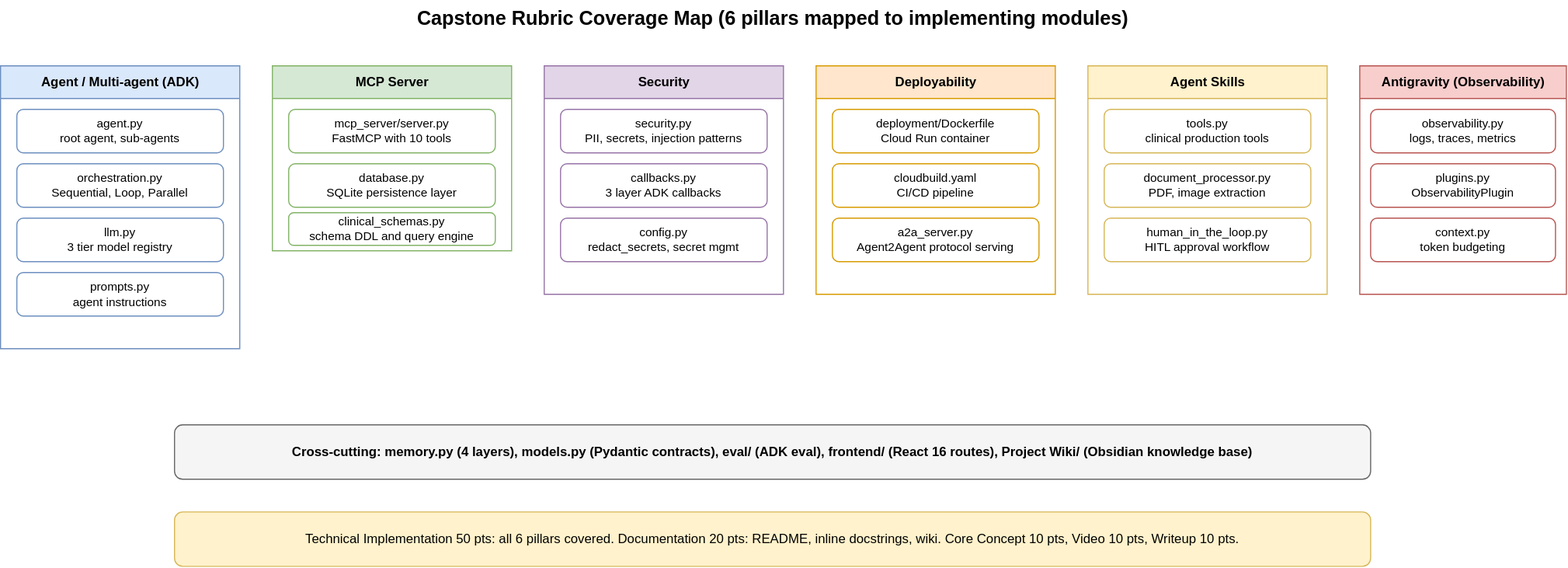
The draw.io diagram frontend/public/diagrams/svg/27-capstone-rubric-coverage.svg in GeorgiNaydenov/Google-Capstone-Project, before a commit. Source tidied: cells renumbered, new cells last; positions are measured from the earlier drawing's top-left corner, leaving out a move shared by most shapes. The source it was exported from:
```xml
<mxGraphModel>
  <root>
    <mxCell id="0" />
    <mxCell id="1" parent="0" />
    <mxCell id="2" value="Capstone Rubric Coverage Map (6 pillars mapped to implementing modules)" style="text;html=1;fontSize=18;fontStyle=1;align=center;" parent="1" vertex="1">
      <mxGeometry x="280" width="860" height="30" as="geometry" />
    </mxCell>
    <mxCell id="3" value="Agent / Multi-agent (ADK)" style="swimlane;startSize=30;fillColor=#dae8fc;strokeColor=#6c8ebf;html=1;fontStyle=1;" parent="1" vertex="1">
      <mxGeometry y="60" width="220" height="260" as="geometry" />
    </mxCell>
    <mxCell id="4" value="agent.py&#10;root agent, sub-agents" style="rounded=1;whiteSpace=wrap;html=1;fillColor=#ffffff;strokeColor=#6c8ebf;fontSize=11;" parent="3" vertex="1">
      <mxGeometry x="15" y="40" width="190" height="40" as="geometry" />
    </mxCell>
    <mxCell id="5" value="orchestration.py&#10;Sequential, Loop, Parallel" style="rounded=1;whiteSpace=wrap;html=1;fillColor=#ffffff;strokeColor=#6c8ebf;fontSize=11;" parent="3" vertex="1">
      <mxGeometry x="15" y="90" width="190" height="40" as="geometry" />
    </mxCell>
    <mxCell id="6" value="llm.py&#10;3 tier model registry" style="rounded=1;whiteSpace=wrap;html=1;fillColor=#ffffff;strokeColor=#6c8ebf;fontSize=11;" parent="3" vertex="1">
      <mxGeometry x="15" y="140" width="190" height="40" as="geometry" />
    </mxCell>
    <mxCell id="7" value="prompts.py&#10;agent instructions" style="rounded=1;whiteSpace=wrap;html=1;fillColor=#ffffff;strokeColor=#6c8ebf;fontSize=11;" parent="3" vertex="1">
      <mxGeometry x="15" y="190" width="190" height="40" as="geometry" />
    </mxCell>
    <mxCell id="8" value="MCP Server" style="swimlane;startSize=30;fillColor=#d5e8d4;strokeColor=#82b366;html=1;fontStyle=1;" parent="1" vertex="1">
      <mxGeometry x="250" y="60" width="220" height="170" as="geometry" />
    </mxCell>
    <mxCell id="9" value="mcp_server/server.py&#10;FastMCP with 10 tools" style="rounded=1;whiteSpace=wrap;html=1;fillColor=#ffffff;strokeColor=#82b366;fontSize=11;" parent="8" vertex="1">
      <mxGeometry x="15" y="40" width="190" height="40" as="geometry" />
    </mxCell>
    <mxCell id="10" value="database.py&#10;SQLite persistence layer" style="rounded=1;whiteSpace=wrap;html=1;fillColor=#ffffff;strokeColor=#82b366;fontSize=11;" parent="8" vertex="1">
      <mxGeometry x="15" y="90" width="190" height="40" as="geometry" />
    </mxCell>
    <mxCell id="11" value="clinical_schemas.py&#10;schema DDL and query engine" style="rounded=1;whiteSpace=wrap;html=1;fillColor=#ffffff;strokeColor=#82b366;fontSize=11;" parent="8" vertex="1">
      <mxGeometry x="15" y="135" width="190" height="30" as="geometry" />
    </mxCell>
    <mxCell id="12" value="Security" style="swimlane;startSize=30;fillColor=#e1d5e7;strokeColor=#9673a6;html=1;fontStyle=1;" parent="1" vertex="1">
      <mxGeometry x="500" y="60" width="220" height="210" as="geometry" />
    </mxCell>
    <mxCell id="13" value="security.py&#10;PII, secrets, injection patterns" style="rounded=1;whiteSpace=wrap;html=1;fillColor=#ffffff;strokeColor=#9673a6;fontSize=11;" parent="12" vertex="1">
      <mxGeometry x="15" y="40" width="190" height="40" as="geometry" />
    </mxCell>
    <mxCell id="14" value="callbacks.py&#10;3 layer ADK callbacks" style="rounded=1;whiteSpace=wrap;html=1;fillColor=#ffffff;strokeColor=#9673a6;fontSize=11;" parent="12" vertex="1">
      <mxGeometry x="15" y="90" width="190" height="40" as="geometry" />
    </mxCell>
    <mxCell id="15" value="config.py&#10;redact_secrets, secret mgmt" style="rounded=1;whiteSpace=wrap;html=1;fillColor=#ffffff;strokeColor=#9673a6;fontSize=11;" parent="12" vertex="1">
      <mxGeometry x="15" y="140" width="190" height="40" as="geometry" />
    </mxCell>
    <mxCell id="16" value="Deployability" style="swimlane;startSize=30;fillColor=#ffe6cc;strokeColor=#d79b00;html=1;fontStyle=1;" parent="1" vertex="1">
      <mxGeometry x="750" y="60" width="220" height="210" as="geometry" />
    </mxCell>
    <mxCell id="17" value="deployment/Dockerfile&#10;Cloud Run container" style="rounded=1;whiteSpace=wrap;html=1;fillColor=#ffffff;strokeColor=#d79b00;fontSize=11;" parent="16" vertex="1">
      <mxGeometry x="15" y="40" width="190" height="40" as="geometry" />
    </mxCell>
    <mxCell id="18" value="cloudbuild.yaml&#10;CI/CD pipeline" style="rounded=1;whiteSpace=wrap;html=1;fillColor=#ffffff;strokeColor=#d79b00;fontSize=11;" parent="16" vertex="1">
      <mxGeometry x="15" y="90" width="190" height="40" as="geometry" />
    </mxCell>
    <mxCell id="19" value="a2a_server.py&#10;Agent2Agent protocol serving" style="rounded=1;whiteSpace=wrap;html=1;fillColor=#ffffff;strokeColor=#d79b00;fontSize=11;" parent="16" vertex="1">
      <mxGeometry x="15" y="140" width="190" height="40" as="geometry" />
    </mxCell>
    <mxCell id="20" value="Agent Skills" style="swimlane;startSize=30;fillColor=#fff2cc;strokeColor=#d6b656;html=1;fontStyle=1;" parent="1" vertex="1">
      <mxGeometry x="1000" y="60" width="220" height="210" as="geometry" />
    </mxCell>
    <mxCell id="21" value="tools.py&#10;clinical production tools" style="rounded=1;whiteSpace=wrap;html=1;fillColor=#ffffff;strokeColor=#d6b656;fontSize=11;" parent="20" vertex="1">
      <mxGeometry x="15" y="40" width="190" height="40" as="geometry" />
    </mxCell>
    <mxCell id="22" value="document_processor.py&#10;PDF, image extraction" style="rounded=1;whiteSpace=wrap;html=1;fillColor=#ffffff;strokeColor=#d6b656;fontSize=11;" parent="20" vertex="1">
      <mxGeometry x="15" y="90" width="190" height="40" as="geometry" />
    </mxCell>
    <mxCell id="23" value="human_in_the_loop.py&#10;HITL approval workflow" style="rounded=1;whiteSpace=wrap;html=1;fillColor=#ffffff;strokeColor=#d6b656;fontSize=11;" parent="20" vertex="1">
      <mxGeometry x="15" y="140" width="190" height="40" as="geometry" />
    </mxCell>
    <mxCell id="24" value="Antigravity (Observability)" style="swimlane;startSize=30;fillColor=#f8cecc;strokeColor=#b85450;html=1;fontStyle=1;" parent="1" vertex="1">
      <mxGeometry x="1250" y="60" width="190" height="210" as="geometry" />
    </mxCell>
    <mxCell id="25" value="observability.py&#10;logs, traces, metrics" style="rounded=1;whiteSpace=wrap;html=1;fillColor=#ffffff;strokeColor=#b85450;fontSize=11;" parent="24" vertex="1">
      <mxGeometry x="10" y="40" width="170" height="40" as="geometry" />
    </mxCell>
    <mxCell id="26" value="plugins.py&#10;ObservabilityPlugin" style="rounded=1;whiteSpace=wrap;html=1;fillColor=#ffffff;strokeColor=#b85450;fontSize=11;" parent="24" vertex="1">
      <mxGeometry x="10" y="90" width="170" height="40" as="geometry" />
    </mxCell>
    <mxCell id="27" value="context.py&#10;token budgeting" style="rounded=1;whiteSpace=wrap;html=1;fillColor=#ffffff;strokeColor=#b85450;fontSize=11;" parent="24" vertex="1">
      <mxGeometry x="10" y="140" width="170" height="40" as="geometry" />
    </mxCell>
    <mxCell id="28" value="Cross-cutting: memory.py (4 layers), models.py (Pydantic contracts), eval/ (ADK eval), frontend/ (React 16 routes), Project Wiki/ (Obsidian knowledge base)" style="rounded=1;whiteSpace=wrap;html=1;fillColor=#f5f5f5;strokeColor=#666666;fontSize=12;fontStyle=1;" parent="1" vertex="1">
      <mxGeometry x="160" y="390" width="1100" height="50" as="geometry" />
    </mxCell>
    <mxCell id="29" value="Technical Implementation 50 pts: all 6 pillars covered. Documentation 20 pts: README, inline docstrings, wiki. Core Concept 10 pts, Video 10 pts, Writeup 10 pts." style="rounded=1;whiteSpace=wrap;html=1;fillColor=#fff2cc;strokeColor=#d6b656;fontSize=12;" parent="1" vertex="1">
      <mxGeometry x="160" y="470" width="1100" height="50" as="geometry" />
    </mxCell>
  </root>
</mxGraphModel>
```
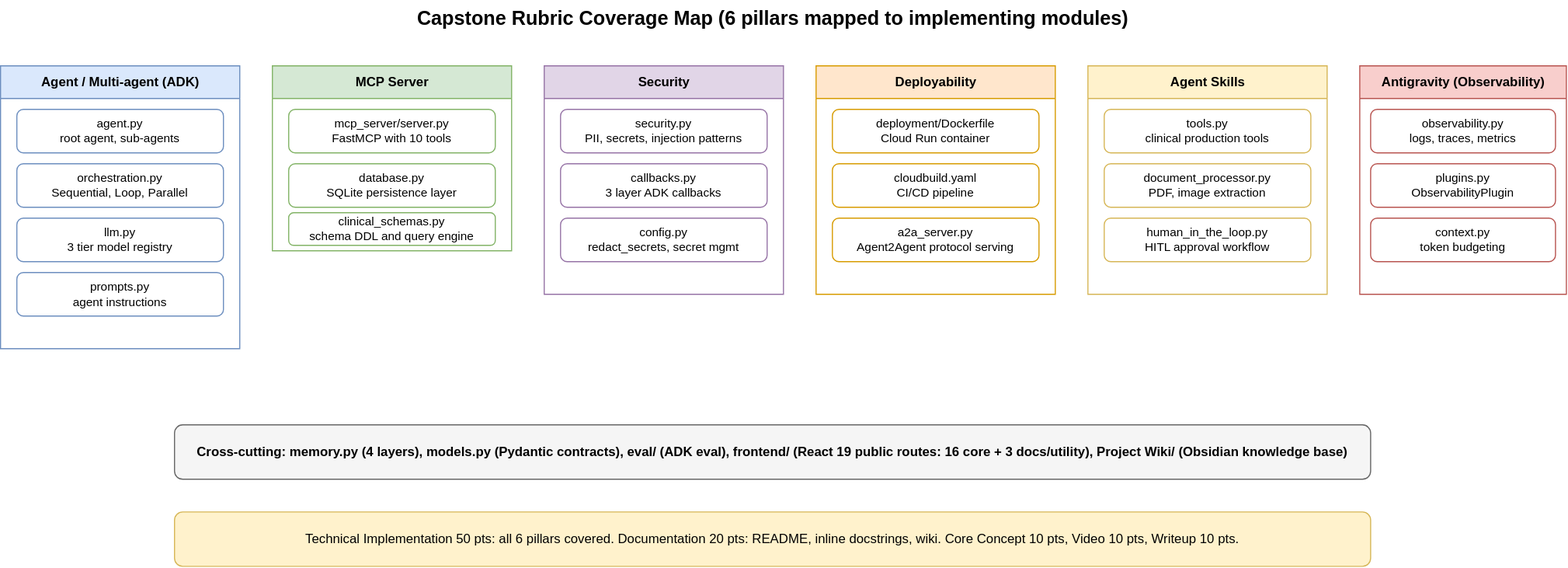
Above is the later version.

Change to the diagram source:
```diff
@@ -80,7 +80,7 @@
     <mxCell id="27" value="context.py&#10;token budgeting" style="rounded=1;whiteSpace=wrap;html=1;fillColor=#ffffff;strokeColor=#b85450;fontSize=11;" parent="24" vertex="1">
       <mxGeometry x="10" y="140" width="170" height="40" as="geometry" />
     </mxCell>
-    <mxCell id="28" value="Cross-cutting: memory.py (4 layers), models.py (Pydantic contracts), eval/ (ADK eval), frontend/ (React 16 routes), Project Wiki/ (Obsidian knowledge base)" style="rounded=1;whiteSpace=wrap;html=1;fillColor=#f5f5f5;strokeColor=#666666;fontSize=12;fontStyle=1;" parent="1" vertex="1">
+    <mxCell id="28" value="Cross-cutting: memory.py (4 layers), models.py (Pydantic contracts), eval/ (ADK eval), frontend/ (React 19 public routes: 16 core + 3 docs/utility), Project Wiki/ (Obsidian knowledge base)" style="rounded=1;whiteSpace=wrap;html=1;fillColor=#f5f5f5;strokeColor=#666666;fontSize=12;fontStyle=1;" parent="1" vertex="1">
       <mxGeometry x="160" y="390" width="1100" height="50" as="geometry" />
     </mxCell>
     <mxCell id="29" value="Technical Implementation 50 pts: all 6 pillars covered. Documentation 20 pts: README, inline docstrings, wiki. Core Concept 10 pts, Video 10 pts, Writeup 10 pts." style="rounded=1;whiteSpace=wrap;html=1;fillColor=#fff2cc;strokeColor=#d6b656;fontSize=12;" parent="1" vertex="1">
```
